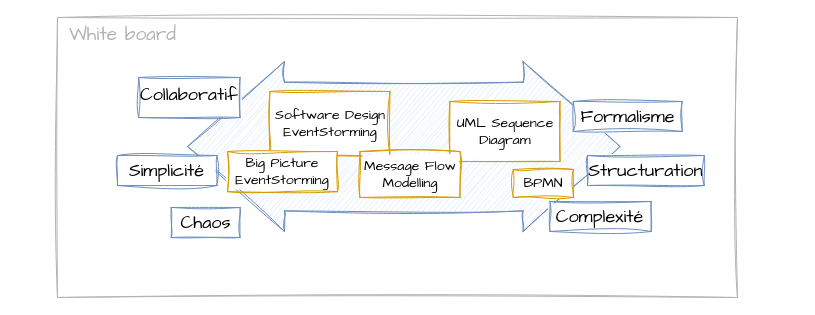
mauvaisetroupe/architech keeps this draw.io diagram as page "Chaos" (10 of 13) of content/en/knowledgebase/ddd-eventstorming/eventstorming.drawio. Above is the earlier version. Source tidied: cells renumbered, new cells numbered last; positions are measured from the earlier drawing's top-left corner, leaving out a move shared by most shapes. Both pictures are drawn from the tidied source at 100%, with x=0, y=0 at pixel (57, 17).
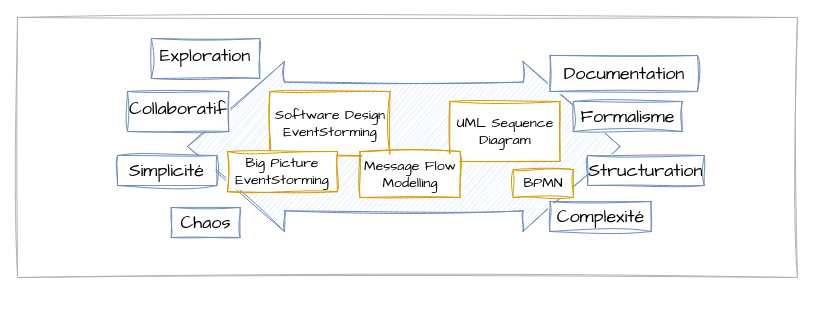
The same page after the edit.

What changed in the source:
```diff
@@
 <mxGraphModel>
   <root>
     <mxCell id="0" />
     <mxCell id="1" parent="0" />
     <mxCell id="2" style="rounded=0;whiteSpace=wrap;html=1;sketch=1;hachureGap=4;jiggle=2;curveFitting=1;fontFamily=Architects Daughter;strokeColor=#B3B3B3;strokeWidth=1;" parent="1" vertex="1">
-      <mxGeometry width="680" height="280" as="geometry" />
+      <mxGeometry x="-40" width="780" height="260" as="geometry" />
     </mxCell>
     <mxCell id="3" style="shape=doubleArrow;whiteSpace=wrap;html=1;sketch=1;curveFitting=1;jiggle=2;arrowWidth=0.7571428571428571;arrowSize=0.22413793103448276;strokeColor=#6c8ebf;align=center;verticalAlign=middle;fontFamily=Helvetica;fontSize=12;fontColor=default;fillColor=#dae8fc;" parent="1" vertex="1">
       <mxGeometry x="130" y="44" width="432.5" height="170" as="geometry" />
     </mxCell>
     <mxCell id="4" value="UML Sequence Diagram" style="text;html=1;align=center;verticalAlign=middle;whiteSpace=wrap;rounded=0;fontSize=14;fontFamily=architects daughter;fillColor=#FFFFFF;strokeColor=#d79b00;sketch=1;curveFitting=1;jiggle=2;labelBackgroundColor=default;" parent="1" vertex="1">
       <mxGeometry x="392.5" y="84" width="110" height="60" as="geometry" />
     </mxCell>
     <mxCell id="5" value="Software Design&lt;br&gt;&lt;div&gt;&lt;div&gt;EventStorming&lt;/div&gt;&lt;/div&gt;" style="text;html=1;align=center;verticalAlign=middle;whiteSpace=wrap;rounded=0;fontSize=14;fontFamily=architects daughter;fillColor=#FFFFFF;strokeColor=#d79b00;sketch=1;curveFitting=1;jiggle=2;labelBackgroundColor=default;" parent="1" vertex="1">
       <mxGeometry x="212.5" y="74" width="120" height="64" as="geometry" />
     </mxCell>
     <mxCell id="6" value="Big Picture&lt;div&gt;EventStorming&lt;/div&gt;" style="text;html=1;align=center;verticalAlign=middle;whiteSpace=wrap;rounded=0;fontSize=14;fontFamily=architects daughter;fillColor=#FFFFFF;strokeColor=#d79b00;sketch=1;curveFitting=1;jiggle=2;labelBackgroundColor=default;" parent="1" vertex="1">
       <mxGeometry x="170" y="134" width="110" height="40.2" as="geometry" />
     </mxCell>
     <mxCell id="7" value="Message Flow Modelling" style="text;html=1;align=center;verticalAlign=middle;whiteSpace=wrap;rounded=0;fontSize=14;fontFamily=architects daughter;fillColor=#FFFFFF;strokeColor=#d79b00;sketch=1;curveFitting=1;jiggle=2;labelBackgroundColor=default;" parent="1" vertex="1">
       <mxGeometry x="302.5" y="134" width="100" height="46" as="geometry" />
     </mxCell>
     <mxCell id="8" value="Chaos" style="text;html=1;align=center;verticalAlign=middle;whiteSpace=wrap;rounded=0;fontSize=18;fontFamily=architects daughter;fillColor=#FFFFFF;strokeColor=#6c8ebf;sketch=1;curveFitting=1;jiggle=2;" parent="1" vertex="1">
       <mxGeometry x="113.7" y="190" width="68.8" height="30" as="geometry" />
     </mxCell>
     <mxCell id="9" value="Simplicité" style="text;html=1;align=center;verticalAlign=middle;whiteSpace=wrap;rounded=0;fontSize=18;fontFamily=architects daughter;fillColor=#FFFFFF;strokeColor=#6c8ebf;sketch=1;curveFitting=1;jiggle=2;" parent="1" vertex="1">
       <mxGeometry x="60" y="138" width="99.4" height="30" as="geometry" />
     </mxCell>
     <mxCell id="10" value="Collaboratif" style="text;whiteSpace=wrap;html=1;fontSize=18;fontFamily=architects daughter;fillColor=#FFFFFF;strokeColor=#6c8ebf;sketch=1;curveFitting=1;jiggle=2;" parent="1" vertex="1">
-      <mxGeometry x="81.2" y="60" width="101.3" height="40" as="geometry" />
+      <mxGeometry x="70" y="74" width="101.3" height="40" as="geometry" />
     </mxCell>
     <mxCell id="11" value="Structuration" style="text;html=1;align=center;verticalAlign=middle;whiteSpace=wrap;rounded=0;fontSize=18;fontFamily=architects daughter;fillColor=#FFFFFF;strokeColor=#6c8ebf;sketch=1;curveFitting=1;jiggle=2;" parent="1" vertex="1">
       <mxGeometry x="530" y="138" width="116.7" height="30" as="geometry" />
     </mxCell>
     <mxCell id="12" value="Complexité" style="text;html=1;align=center;verticalAlign=middle;whiteSpace=wrap;rounded=0;fontSize=18;fontFamily=architects daughter;fillColor=#FFFFFF;strokeColor=#6c8ebf;sketch=1;curveFitting=1;jiggle=2;" parent="1" vertex="1">
       <mxGeometry x="492.5" y="184" width="101.1" height="30" as="geometry" />
     </mxCell>
     <mxCell id="13" value="Formalisme" style="text;html=1;align=center;verticalAlign=middle;whiteSpace=wrap;rounded=0;fontSize=18;fontFamily=architects daughter;fillColor=#FFFFFF;strokeColor=#6c8ebf;sketch=1;curveFitting=1;jiggle=2;" parent="1" vertex="1">
       <mxGeometry x="515.8" y="84" width="108.9" height="30" as="geometry" />
     </mxCell>
-    <mxCell id="14" value="&lt;span style=&quot;font-family: &amp;quot;Architects Daughter&amp;quot;; font-size: 19px; font-style: normal; font-variant-ligatures: normal; font-variant-caps: normal; font-weight: 400; letter-spacing: normal; orphans: 2; text-align: center; text-indent: 0px; text-transform: none; widows: 2; word-spacing: 0px; -webkit-text-stroke-width: 0px; white-space: nowrap; background-color: rgb(255, 255, 255); text-decoration-thickness: initial; text-decoration-style: initial; text-decoration-color: initial; float: none; display: inline !important;&quot;&gt;White board&lt;/span&gt;" style="text;whiteSpace=wrap;html=1;fontFamily=Architects Daughter;fontColor=#B3B3B3;" parent="1" vertex="1">
-      <mxGeometry x="9.5" width="88" height="27" as="geometry" />
-    </mxCell>
     <mxCell id="15" value="BPMN" style="text;html=1;align=center;verticalAlign=middle;whiteSpace=wrap;rounded=0;fontSize=14;fontFamily=architects daughter;fillColor=default;strokeColor=#d79b00;sketch=1;curveFitting=1;jiggle=2;labelBackgroundColor=default;" parent="1" vertex="1">
       <mxGeometry x="455.8" y="152" width="60" height="28" as="geometry" />
     </mxCell>
+    <mxCell id="16" value="Exploration" style="text;whiteSpace=wrap;html=1;fontSize=18;fontFamily=architects daughter;fillColor=#FFFFFF;strokeColor=#6c8ebf;sketch=1;curveFitting=1;jiggle=2;align=center;" parent="1" vertex="1">
+      <mxGeometry x="93.9" y="21" width="108.3" height="40" as="geometry" />
+    </mxCell>
+    <mxCell id="17" value="Documentation" style="text;html=1;align=center;verticalAlign=middle;whiteSpace=wrap;rounded=0;fontSize=18;fontFamily=architects daughter;fillColor=#FFFFFF;strokeColor=#6c8ebf;sketch=1;curveFitting=1;jiggle=2;" parent="1" vertex="1">
+      <mxGeometry x="492.5" y="38" width="147.5" height="36" as="geometry" />
+    </mxCell>
   </root>
 </mxGraphModel>
```
